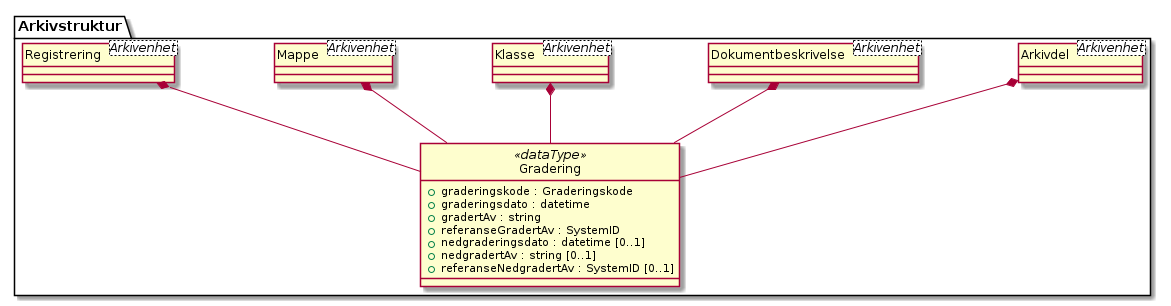
Earlier version of the PlantUML export kapitler/media/uml-datatype-gradering.png (arkivverket/noark5-tjenestegrensesnitt-standard). Its diagram source:
```plantuml
@startuml
skinparam nodesep 100
hide circle
class Arkivstruktur.Gradering <<dataType>> {
  +graderingskode : Graderingskode
  +graderingsdato : datetime
  +gradertAv : string
  +referanseGradertAv : SystemID
  +nedgraderingsdato : datetime [0..1]
  +nedgradertAv : string [0..1]
  +referanseNedgradertAv : SystemID [0..1]
}
class Arkivstruktur.Arkivdel <Arkivenhet> {
}
Arkivstruktur.Arkivdel *-- Arkivstruktur.Gradering
class Arkivstruktur.Dokumentbeskrivelse <Arkivenhet> {
}
Arkivstruktur.Dokumentbeskrivelse *-- Arkivstruktur.Gradering
class Arkivstruktur.Klasse <Arkivenhet> {
}
Arkivstruktur.Klasse *-- Arkivstruktur.Gradering
class Arkivstruktur.Mappe <Arkivenhet> {
}
Arkivstruktur.Mappe *-- Arkivstruktur.Gradering
class Arkivstruktur.Registrering <Arkivenhet> {
}
Arkivstruktur.Registrering *-- Arkivstruktur.Gradering
@enduml
```
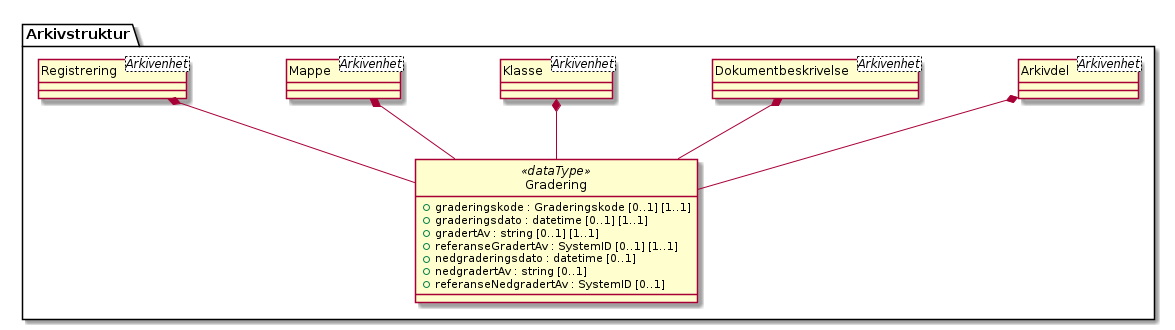
After the change.

Change to the diagram source:
```diff
@@ -2,10 +2,10 @@
 skinparam nodesep 100
 hide circle
 class Arkivstruktur.Gradering <<dataType>> {
-  +graderingskode : Graderingskode
-  +graderingsdato : datetime
-  +gradertAv : string
-  +referanseGradertAv : SystemID
+  +graderingskode : Graderingskode [0..1] [1..1]
+  +graderingsdato : datetime [0..1] [1..1]
+  +gradertAv : string [0..1] [1..1]
+  +referanseGradertAv : SystemID [0..1] [1..1]
   +nedgraderingsdato : datetime [0..1]
   +nedgradertAv : string [0..1]
   +referanseNedgradertAv : SystemID [0..1]
```
